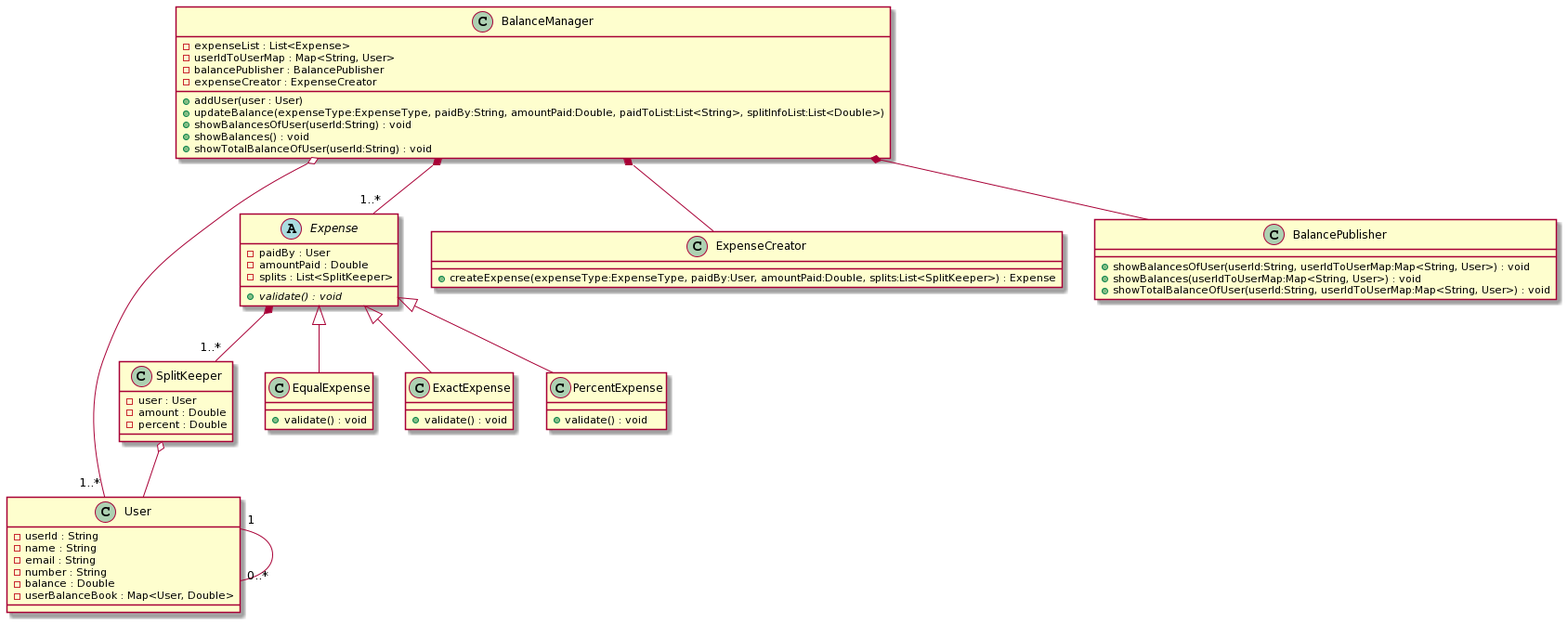
Before: SystemDesign/splitWise.png, a diagram exported from PlantUML (Aditya121995/Practice).
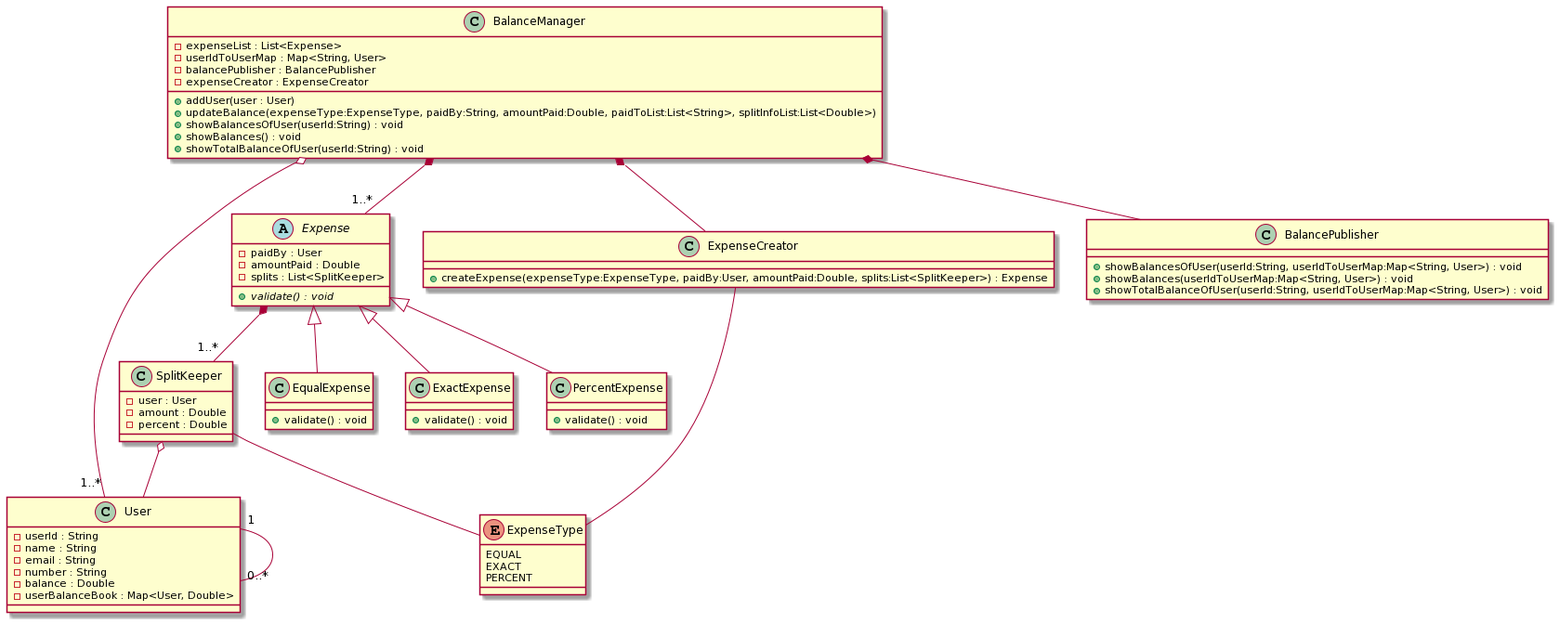
After the commit.

Commit message:
adding enum in design

Change to the diagram source:
```diff
@@ -56,6 +56,12 @@
   + showTotalBalanceOfUser(userId:String, userIdToUserMap:Map<String, User>) : void
 }
 
+enum ExpenseType {
+  EQUAL
+  EXACT
+  PERCENT
+}
+
 Expense <|-- EqualExpense
 Expense <|-- ExactExpense
 Expense <|-- PercentExpense
@@ -66,4 +72,6 @@
 BalanceManager *-- BalancePublisher
 Expense *--"1..*" SplitKeeper
 User "1"--"0..*" User
+ExpenseCreator -- ExpenseType
+SplitKeeper -- ExpenseType
 @enduml
```
